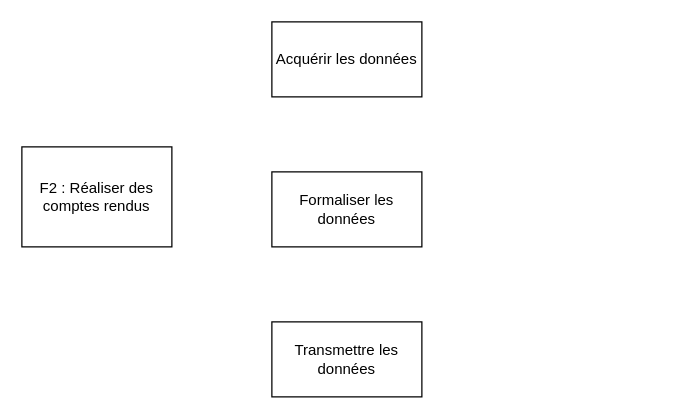
The draw.io diagram Diagrammes/F2 : Réaliser des comptes rendus.drawio in annieliu52/CoHoMa, before the edit. Source tidied: cells renumbered, new cells numbered last; positions are measured from the earlier drawing's top-left corner, leaving out a move shared by most shapes. Both pictures are drawn from the tidied source at 125%, with x=0, y=0 at pixel (21, 21).
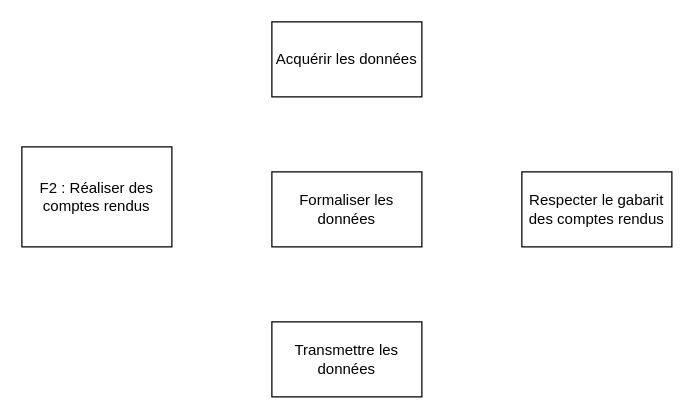
After the change.

Change to the diagram source:
```diff
@@
 <mxGraphModel>
   <root>
     <mxCell id="0" />
     <mxCell id="1" parent="0" />
     <mxCell id="2" value="F2 : Réaliser des comptes rendus" style="rounded=0;whiteSpace=wrap;html=1;" parent="1" vertex="1">
       <mxGeometry y="100" width="120" height="80" as="geometry" />
     </mxCell>
     <mxCell id="3" value="Acquérir les données" style="rounded=0;whiteSpace=wrap;html=1;" parent="1" vertex="1">
       <mxGeometry x="200" width="120" height="60" as="geometry" />
     </mxCell>
     <mxCell id="4" value="Formaliser les données" style="rounded=0;whiteSpace=wrap;html=1;" parent="1" vertex="1">
       <mxGeometry x="200" y="120" width="120" height="60" as="geometry" />
     </mxCell>
     <mxCell id="5" value="Transmettre les données" style="rounded=0;whiteSpace=wrap;html=1;" parent="1" vertex="1">
       <mxGeometry x="200" y="240" width="120" height="60" as="geometry" />
     </mxCell>
+    <mxCell id="6" value="Respecter le gabarit des comptes rendus" style="rounded=0;whiteSpace=wrap;html=1;" parent="1" vertex="1">
+      <mxGeometry x="400" y="120" width="120" height="60" as="geometry" />
+    </mxCell>
   </root>
 </mxGraphModel>
```
